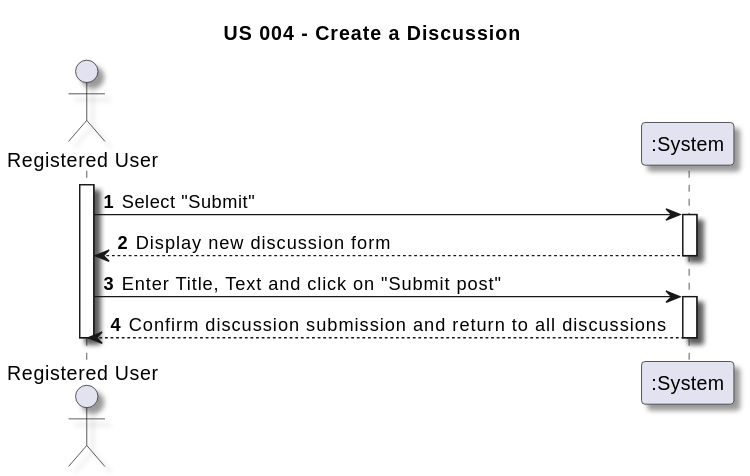
Before: docs/sprint02/us004/01.requirements-engineering/svg/us004-system-sequence-diagram.svg, a diagram exported from PlantUML (TiagoMagalhaes1232507/Testando-projeto).
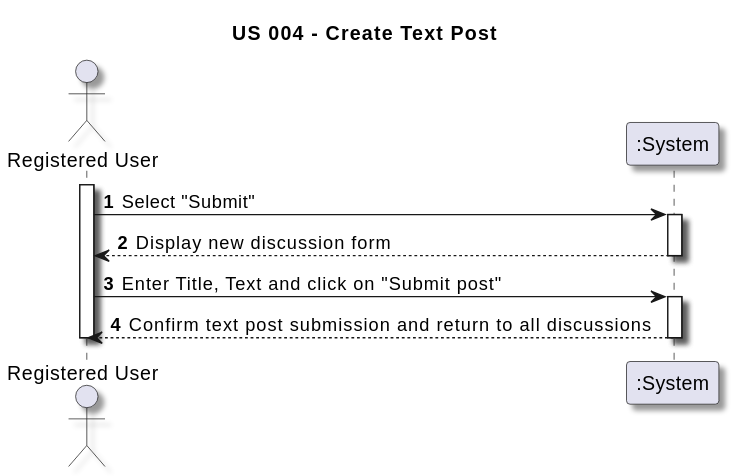
The same diagram one commit later.

The edit, as a diff of the source:
```diff
@@ -3,7 +3,7 @@
 skinparam packageStyle rectangle
 skinparam shadowing true
 
-title US 004 - Create a Discussion
+title US 004 - Create Text Post
 
 autonumber
 
@@ -21,7 +21,7 @@
 User -> System : Enter Title, Text and click on "Submit post"
 activate System
 
-System --> User : Confirm discussion submission and return to all discussions
+System --> User : Confirm text post submission and return to all discussions
 deactivate System
 deactivate User
 @enduml
```
